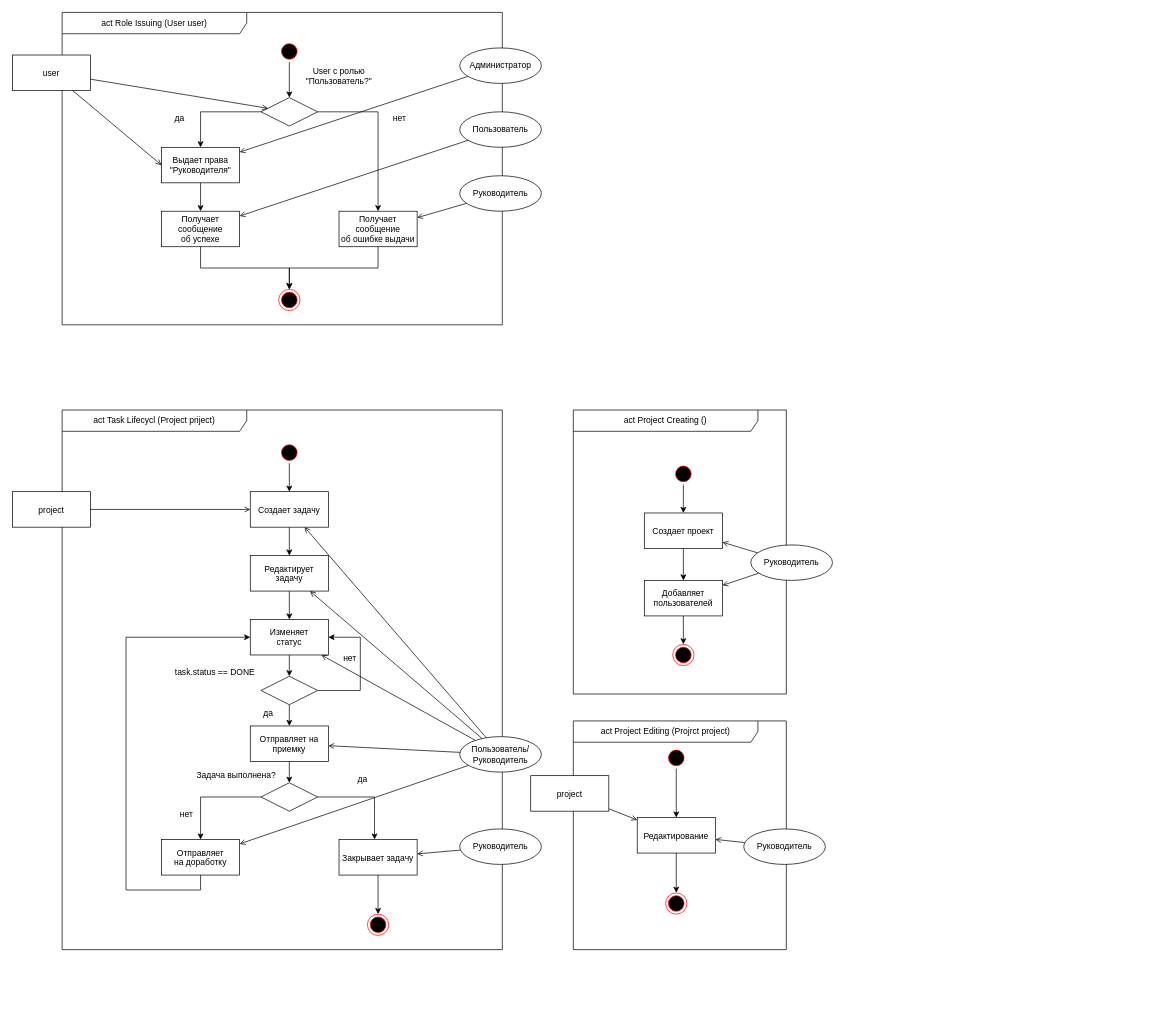
This is docs/diagrams/activity/base.drawio from chenko16/task-managment, a draw.io file, before an edit. Source tidied: cells renumbered, new cells numbered last; positions are measured from the earlier drawing's top-left corner, leaving out a move shared by most shapes. Both pictures are drawn from the tidied source at 71%, with x=0, y=0 at pixel (12, 12).
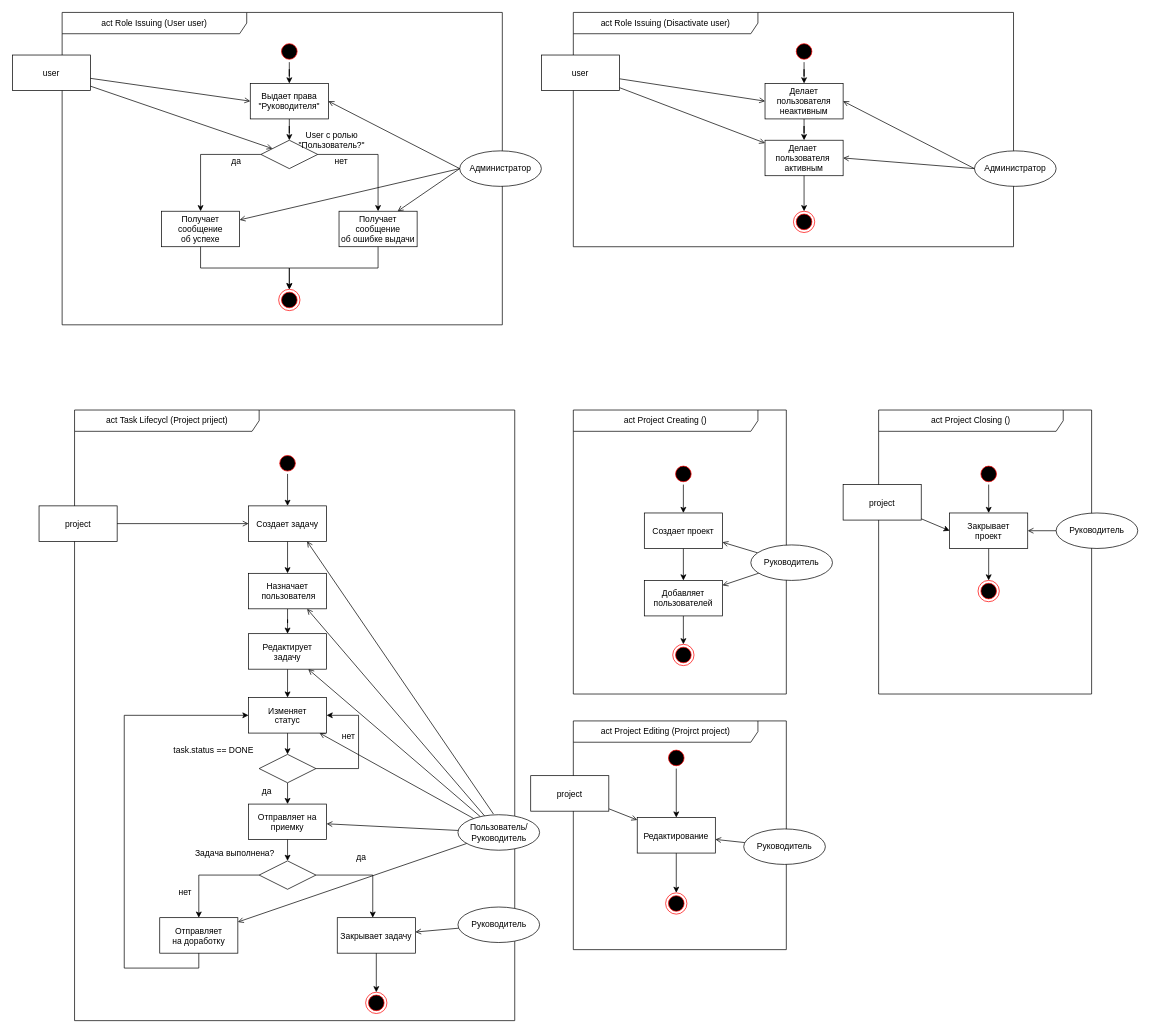
After the change.

Commit message (it also covers changes not shown here):
Исправил Activity Diagram и StateChart Diagram

The change refers to these unchanged cells:
```xml
<mxCell id="5" style="ellipse;shape=startState;fillColor=#000000;strokeColor=#ff0000;" parent="1" vertex="1">
  <mxGeometry x="375" y="40" width="30" height="30" as="geometry" />
</mxCell>
<mxCell id="12" value="Получает&#10;сообщение&#10;об успехе" style="labelBackgroundColor=none;labelBorderColor=none;fontColor=#000000;" parent="1" vertex="1">
  <mxGeometry x="210" y="280" width="110" height="50" as="geometry" />
</mxCell>
<mxCell id="14" value="Получает&#10;сообщение&#10;об ошибке выдачи" parent="1" vertex="1">
  <mxGeometry x="460" y="280" width="110" height="50" as="geometry" />
</mxCell>
```

Diff of the diagram source:
```diff
@@
+    <mxCell id="86" value="act Role Issuing (Disactivate user)" style="shape=umlFrame;whiteSpace=wrap;html=1;width=260;height=30;" parent="1" vertex="1">
+      <mxGeometry x="790" width="620" height="330" as="geometry" />
+    </mxCell>
@@
     <mxCell id="3" value="act Task Lifecycl (Project priject)" style="shape=umlFrame;whiteSpace=wrap;html=1;width=260;height=30;" parent="1" vertex="1">
-      <mxGeometry x="70" y="560" width="620" height="760" as="geometry" />
+      <mxGeometry x="87.5" y="560" width="620" height="860" as="geometry" />
     </mxCell>
@@
-    <mxCell id="6" style="edgeStyle=orthogonalEdgeStyle;rounded=0;jettySize=auto;html=1;entryX=0.5;entryY=0;entryDx=0;entryDy=0;" parent="1" edge="1" source="5" target="11">
+    <mxCell id="6" style="edgeStyle=orthogonalEdgeStyle;rounded=0;jettySize=auto;html=1;entryX=0.5;entryY=0;entryDx=0;entryDy=0;" parent="1" edge="1" source="5" target="8">
       <mxGeometry relative="1" as="geometry" />
     </mxCell>
-    <mxCell id="7" style="edgeStyle=orthogonalEdgeStyle;rounded=0;jettySize=auto;html=1;exitX=0.5;exitY=1;exitDx=0;exitDy=0;startArrow=none;startFill=0;endArrow=classic;endFill=1;" parent="1" edge="1" source="8" target="12">
-      <mxGeometry relative="1" as="geometry" />
-    </mxCell>
+    <mxCell id="87" style="edgeStyle=orthogonalEdgeStyle;rounded=0;jettySize=auto;html=1;" parent="1" edge="1" source="8" target="11">
+      <mxGeometry relative="1" as="geometry" />
+    </mxCell>
     <mxCell id="8" value="Выдает права&#10;&quot;Руководителя&quot;" parent="1" vertex="1">
-      <mxGeometry x="210" y="190" width="110" height="50" as="geometry" />
+      <mxGeometry x="335" y="100" width="110" height="50" as="geometry" />
     </mxCell>
@@
-    <mxCell id="10" style="edgeStyle=orthogonalEdgeStyle;rounded=0;jettySize=auto;html=1;exitX=0;exitY=0.5;exitDx=0;exitDy=0;entryX=0.5;entryY=0;entryDx=0;entryDy=0;startArrow=none;startFill=0;endArrow=classic;endFill=1;" parent="1" edge="1" source="11" target="8">
+    <mxCell id="10" style="edgeStyle=orthogonalEdgeStyle;rounded=0;jettySize=auto;html=1;exitX=0;exitY=0.5;exitDx=0;exitDy=0;entryX=0.5;entryY=0;entryDx=0;entryDy=0;startArrow=none;startFill=0;endArrow=classic;endFill=1;" parent="1" edge="1" source="11" target="12">
       <mxGeometry relative="1" as="geometry" />
     </mxCell>
     <mxCell id="11" style="rhombus;whiteSpace=wrap;html=1;" parent="1" vertex="1">
-      <mxGeometry x="350" y="120" width="80" height="40" as="geometry" />
+      <mxGeometry x="350" y="180" width="80" height="40" as="geometry" />
     </mxCell>
@@
     <mxCell id="19" value="User с ролью &quot;Пользователь?&quot;" style="text;html=1;strokeColor=none;fillColor=none;align=center;verticalAlign=middle;whiteSpace=wrap;rounded=0;" parent="1" vertex="1">
-      <mxGeometry x="440" y="80" width="40" height="20" as="geometry" />
+      <mxGeometry x="430" y="170" width="40" height="20" as="geometry" />
     </mxCell>
@@
     <mxCell id="21" value="нет" style="text;html=1;align=center;verticalAlign=middle;" parent="1" vertex="1">
-      <mxGeometry x="530" y="140" width="30" height="20" as="geometry" />
+      <mxGeometry x="448.4" y="200" width="30" height="20" as="geometry" />
     </mxCell>
     <mxCell id="22" value="да" style="text;html=1;align=center;verticalAlign=middle;" parent="1" vertex="1">
-      <mxGeometry x="220" y="140" width="30" height="20" as="geometry" />
+      <mxGeometry x="300" y="200" width="30" height="20" as="geometry" />
     </mxCell>
-    <mxCell id="23" style="rounded=0;jettySize=auto;html=1;startArrow=none;startFill=0;endArrow=open;endFill=0;" parent="1" edge="1" source="24" target="8">
+    <mxCell id="23" style="rounded=0;jettySize=auto;html=1;startArrow=none;startFill=0;endArrow=open;endFill=0;exitX=0;exitY=0.5;exitDx=0;exitDy=0;entryX=1;entryY=0.5;entryDx=0;entryDy=0;" parent="1" edge="1" source="24" target="8">
       <mxGeometry relative="1" as="geometry" />
     </mxCell>
     <mxCell id="24" value="Администратор" style="ellipse;whiteSpace=wrap;html=1;" parent="1" vertex="1">
-      <mxGeometry x="630" y="50" width="115" height="50" as="geometry" />
+      <mxGeometry x="630" y="195" width="115" height="50" as="geometry" />
     </mxCell>
-    <mxCell id="25" style="edgeStyle=none;rounded=0;jettySize=auto;html=1;startArrow=none;startFill=0;endArrow=open;endFill=0;" parent="1" edge="1" source="26" target="12">
-      <mxGeometry relative="1" as="geometry" />
-    </mxCell>
-    <mxCell id="26" value="Пользователь" style="ellipse;whiteSpace=wrap;html=1;" parent="1" vertex="1">
-      <mxGeometry x="630" y="140" width="115" height="50" as="geometry" />
-    </mxCell>
-    <mxCell id="27" style="edgeStyle=none;rounded=0;jettySize=auto;html=1;startArrow=none;startFill=0;endArrow=open;endFill=0;" parent="1" edge="1" source="28" target="14">
-      <mxGeometry relative="1" as="geometry" />
-    </mxCell>
-    <mxCell id="28" value="Руководитель" style="ellipse;whiteSpace=wrap;html=1;" parent="1" vertex="1">
-      <mxGeometry x="630" y="230" width="115" height="50" as="geometry" />
-    </mxCell>
     <mxCell id="29" style="ellipse;shape=startState;fillColor=#000000;strokeColor=#ff0000;" parent="1" vertex="1">
-      <mxGeometry x="375" y="605" width="30" height="30" as="geometry" />
+      <mxGeometry x="372.5" y="620" width="30" height="30" as="geometry" />
     </mxCell>
-    <mxCell id="30" style="edgeStyle=orthogonalEdgeStyle;rounded=0;jettySize=auto;html=1;exitX=0.5;exitY=1;exitDx=0;exitDy=0;entryX=0.5;entryY=0;entryDx=0;entryDy=0;" parent="1" edge="1" source="31" target="34">
+    <mxCell id="30" style="edgeStyle=orthogonalEdgeStyle;rounded=0;jettySize=auto;html=1;exitX=0.5;exitY=1;exitDx=0;exitDy=0;entryX=0.5;entryY=0;entryDx=0;entryDy=0;" parent="1" edge="1" source="31" target="91">
       <mxGeometry relative="1" as="geometry" />
     </mxCell>
     <mxCell id="31" value="Создает задачу" parent="1" vertex="1">
-      <mxGeometry x="335" y="675" width="110" height="50" as="geometry" />
+      <mxGeometry x="332.5" y="695" width="110" height="50" as="geometry" />
     </mxCell>
@@
     <mxCell id="34" value="Редактирует&#10;задачу" parent="1" vertex="1">
-      <mxGeometry x="335" y="765" width="110" height="50" as="geometry" />
+      <mxGeometry x="332.5" y="875" width="110" height="50" as="geometry" />
     </mxCell>
@@
     <mxCell id="36" value="Изменяет&#10;статус" parent="1" vertex="1">
-      <mxGeometry x="335" y="855" width="110" height="50" as="geometry" />
+      <mxGeometry x="332.5" y="965" width="110" height="50" as="geometry" />
     </mxCell>
@@
     <mxCell id="38" style="edgeStyle=orthogonalEdgeStyle;rounded=0;jettySize=auto;html=1;exitX=1;exitY=0.5;exitDx=0;exitDy=0;entryX=1;entryY=0.5;entryDx=0;entryDy=0;" parent="1" edge="1" source="39" target="36">
       <mxGeometry relative="1" as="geometry">
         <Array as="points">
-          <mxPoint x="490" y="955" />
-          <mxPoint x="490" y="880" />
+          <mxPoint x="487.5" y="1065" />
+          <mxPoint x="487.5" y="990" />
         </Array>
       </mxGeometry>
     </mxCell>
     <mxCell id="39" style="rhombus;whiteSpace=wrap;html=1;" parent="1" vertex="1">
-      <mxGeometry x="350" y="935" width="80" height="40" as="geometry" />
+      <mxGeometry x="347.5" y="1045" width="80" height="40" as="geometry" />
     </mxCell>
     <mxCell id="40" value="Отправляет на&#10;приемку" parent="1" vertex="1">
-      <mxGeometry x="335" y="1005" width="110" height="50" as="geometry" />
+      <mxGeometry x="332.5" y="1115" width="110" height="50" as="geometry" />
     </mxCell>
     <mxCell id="41" value="Закрывает задачу" parent="1" vertex="1">
-      <mxGeometry x="460" y="1165" width="110" height="50" as="geometry" />
+      <mxGeometry x="457.5" y="1275" width="110" height="50" as="geometry" />
     </mxCell>
     <mxCell id="42" style="ellipse;shape=endState;fillColor=#000000;strokeColor=#ff0000;" parent="1" vertex="1">
-      <mxGeometry x="500" y="1270" width="30" height="30" as="geometry" />
+      <mxGeometry x="497.5" y="1380" width="30" height="30" as="geometry" />
     </mxCell>
@@
     <mxCell id="44" style="edgeStyle=orthogonalEdgeStyle;rounded=0;jettySize=auto;html=1;exitX=1;exitY=0.5;exitDx=0;exitDy=0;fontColor=#000000;" parent="1" edge="1" source="45" target="41">
       <mxGeometry relative="1" as="geometry">
         <Array as="points">
-          <mxPoint x="510" y="1105" />
+          <mxPoint x="507.5" y="1215" />
         </Array>
       </mxGeometry>
     </mxCell>
     <mxCell id="45" style="rhombus;whiteSpace=wrap;html=1;" parent="1" vertex="1">
-      <mxGeometry x="350" y="1085" width="80" height="40" as="geometry" />
+      <mxGeometry x="347.5" y="1195" width="80" height="40" as="geometry" />
     </mxCell>
@@
     <mxCell id="47" value="Отправляет&#10;на доработку" parent="1" vertex="1">
-      <mxGeometry x="210" y="1165" width="110" height="50" as="geometry" />
+      <mxGeometry x="207.5" y="1275" width="110" height="50" as="geometry" />
     </mxCell>
     <mxCell id="48" style="edgeStyle=orthogonalEdgeStyle;rounded=0;jettySize=auto;html=1;exitX=0.5;exitY=1;exitDx=0;exitDy=0;entryX=0;entryY=0.5;entryDx=0;entryDy=0;fontColor=#000000;" parent="1" edge="1" source="47" target="36">
       <mxGeometry relative="1" as="geometry">
         <Array as="points">
-          <mxPoint x="265" y="1236" />
-          <mxPoint x="160" y="1236" />
-          <mxPoint x="160" y="880" />
+          <mxPoint x="262.5" y="1346" />
+          <mxPoint x="157.5" y="1346" />
+          <mxPoint x="157.5" y="990" />
         </Array>
       </mxGeometry>
     </mxCell>
@@
     <mxCell id="50" value="project" parent="1" vertex="1">
-      <mxGeometry y="675" width="110" height="50" as="geometry" />
+      <mxGeometry x="37.5" y="695" width="110" height="50" as="geometry" />
     </mxCell>
@@
-    <mxCell id="52" style="edgeStyle=none;rounded=0;jettySize=auto;html=1;startArrow=none;startFill=0;endArrow=open;endFill=0;" parent="1" edge="1" source="57" target="31">
-      <mxGeometry relative="1" as="geometry" />
+    <mxCell id="52" style="edgeStyle=none;rounded=0;jettySize=auto;html=1;startArrow=none;startFill=0;endArrow=open;endFill=0;entryX=0.75;entryY=1;entryDx=0;entryDy=0;" parent="1" edge="1" target="31">
+      <mxGeometry relative="1" as="geometry">
+        <mxPoint x="677.5" y="1129" as="sourcePoint" />
+      </mxGeometry>
     </mxCell>
@@
     <mxCell id="57" value="Пользователь/Руководитель" style="ellipse;whiteSpace=wrap;html=1;" parent="1" vertex="1">
-      <mxGeometry x="630" y="1020" width="115" height="50" as="geometry" />
+      <mxGeometry x="627.5" y="1130" width="115" height="50" as="geometry" />
     </mxCell>
@@
     <mxCell id="59" value="Руководитель" style="ellipse;whiteSpace=wrap;html=1;" parent="1" vertex="1">
-      <mxGeometry x="630" y="1150" width="115" height="50" as="geometry" />
+      <mxGeometry x="627.5" y="1260" width="115" height="50" as="geometry" />
     </mxCell>
@@
     <mxCell id="71" value="task.status == DONE" style="text;html=1;align=center;verticalAlign=middle;" parent="1" vertex="1">
-      <mxGeometry x="220" y="920" width="130" height="20" as="geometry" />
+      <mxGeometry x="217.5" y="1030" width="130" height="20" as="geometry" />
     </mxCell>
     <mxCell id="72" value="да" style="text;html=1;align=center;verticalAlign=middle;" parent="1" vertex="1">
-      <mxGeometry x="345" y="977.9" width="30" height="20" as="geometry" />
+      <mxGeometry x="342.5" y="1087.9" width="30" height="20" as="geometry" />
     </mxCell>
     <mxCell id="73" value="нет" style="text;html=1;align=center;verticalAlign=middle;" parent="1" vertex="1">
-      <mxGeometry x="460" y="900" width="30" height="20" as="geometry" />
+      <mxGeometry x="457.5" y="1010" width="30" height="20" as="geometry" />
     </mxCell>
     <mxCell id="74" value="Задача выполнена?" style="text;html=1;align=center;verticalAlign=middle;" parent="1" vertex="1">
-      <mxGeometry x="250" y="1065" width="130" height="20" as="geometry" />
+      <mxGeometry x="247.5" y="1175" width="130" height="20" as="geometry" />
     </mxCell>
     <mxCell id="75" value="да" style="text;html=1;align=center;verticalAlign=middle;" parent="1" vertex="1">
-      <mxGeometry x="478.4" y="1070" width="30" height="20" as="geometry" />
+      <mxGeometry x="475.9" y="1180" width="30" height="20" as="geometry" />
     </mxCell>
     <mxCell id="76" value="нет" style="text;html=1;align=center;verticalAlign=middle;" parent="1" vertex="1">
-      <mxGeometry x="230" y="1120" width="30" height="20" as="geometry" />
+      <mxGeometry x="227.5" y="1230" width="30" height="20" as="geometry" />
     </mxCell>
@@
+    <mxCell id="88" style="rounded=0;jettySize=auto;html=1;startArrow=none;startFill=0;endArrow=open;endFill=0;exitX=0;exitY=0.5;exitDx=0;exitDy=0;" parent="1" edge="1" source="24" target="12">
+      <mxGeometry relative="1" as="geometry" />
+    </mxCell>
+    <mxCell id="89" style="rounded=0;jettySize=auto;html=1;startArrow=none;startFill=0;endArrow=open;endFill=0;exitX=0;exitY=0.5;exitDx=0;exitDy=0;entryX=0.75;entryY=0;entryDx=0;entryDy=0;" parent="1" edge="1" source="24" target="14">
+      <mxGeometry relative="1" as="geometry" />
+    </mxCell>
+    <mxCell id="90" style="edgeStyle=orthogonalEdgeStyle;rounded=0;jettySize=auto;html=1;" parent="1" edge="1" source="91" target="34">
+      <mxGeometry relative="1" as="geometry" />
+    </mxCell>
+    <mxCell id="91" value="Назначает&#10; пользователя" parent="1" vertex="1">
+      <mxGeometry x="332.5" y="790" width="110" height="50" as="geometry" />
+    </mxCell>
+    <mxCell id="92" style="edgeStyle=none;rounded=0;jettySize=auto;html=1;startArrow=none;startFill=0;endArrow=open;endFill=0;entryX=0.75;entryY=1;entryDx=0;entryDy=0;" parent="1" edge="1" source="57" target="91">
+      <mxGeometry relative="1" as="geometry" />
+    </mxCell>
+    <mxCell id="93" style="ellipse;shape=startState;fillColor=#000000;strokeColor=#ff0000;" parent="1" vertex="1">
+      <mxGeometry x="1100" y="40" width="30" height="30" as="geometry" />
+    </mxCell>
+    <mxCell id="94" style="edgeStyle=orthogonalEdgeStyle;rounded=0;jettySize=auto;html=1;entryX=0.5;entryY=0;entryDx=0;entryDy=0;" parent="1" edge="1" source="93" target="96">
+      <mxGeometry relative="1" as="geometry" />
+    </mxCell>
+    <mxCell id="95" style="edgeStyle=orthogonalEdgeStyle;rounded=0;jettySize=auto;html=1;" parent="1" edge="1" source="96" target="98">
+      <mxGeometry relative="1" as="geometry" />
+    </mxCell>
+    <mxCell id="96" value="Делает &#10;пользователя &#10;неактивным" parent="1" vertex="1">
+      <mxGeometry x="1060" y="100" width="110" height="50" as="geometry" />
+    </mxCell>
+    <mxCell id="97" style="ellipse;shape=endState;fillColor=#000000;strokeColor=#ff0000;" parent="1" vertex="1">
+      <mxGeometry x="1100" y="280" width="30" height="30" as="geometry" />
+    </mxCell>
+    <mxCell id="98" value="Делает &#10;пользователя &#10;активным" style="labelBackgroundColor=none;labelBorderColor=none;fontColor=#000000;" parent="1" vertex="1">
+      <mxGeometry x="1060" y="180" width="110" height="50" as="geometry" />
+    </mxCell>
+    <mxCell id="99" style="edgeStyle=orthogonalEdgeStyle;rounded=0;jettySize=auto;html=1;exitX=0.5;exitY=1;exitDx=0;exitDy=0;" parent="1" edge="1" source="98" target="97">
+      <mxGeometry relative="1" as="geometry" />
+    </mxCell>
+    <mxCell id="100" style="rounded=0;jettySize=auto;html=1;exitX=0;exitY=0.5;exitDx=0;exitDy=0;endArrow=none;endFill=0;startArrow=open;startFill=0;" parent="1" edge="1" source="96" target="105">
+      <mxGeometry relative="1" as="geometry" />
+    </mxCell>
+    <mxCell id="101" style="rounded=0;jettySize=auto;html=1;endArrow=none;endFill=0;startArrow=open;startFill=0;" parent="1" edge="1" source="98" target="105">
+      <mxGeometry relative="1" as="geometry" />
+    </mxCell>
+    <mxCell id="102" style="rounded=0;jettySize=auto;html=1;startArrow=none;startFill=0;endArrow=open;endFill=0;exitX=0;exitY=0.5;exitDx=0;exitDy=0;entryX=1;entryY=0.5;entryDx=0;entryDy=0;" parent="1" edge="1" source="103" target="96">
+      <mxGeometry relative="1" as="geometry" />
+    </mxCell>
+    <mxCell id="103" value="Администратор" style="ellipse;whiteSpace=wrap;html=1;" parent="1" vertex="1">
+      <mxGeometry x="1355" y="195" width="115" height="50" as="geometry" />
+    </mxCell>
+    <mxCell id="104" style="rounded=0;jettySize=auto;html=1;startArrow=none;startFill=0;endArrow=open;endFill=0;exitX=0;exitY=0.5;exitDx=0;exitDy=0;entryX=1;entryY=0.5;entryDx=0;entryDy=0;" parent="1" edge="1" source="103" target="98">
+      <mxGeometry relative="1" as="geometry" />
+    </mxCell>
+    <mxCell id="105" value="user" parent="1" vertex="1">
+      <mxGeometry x="745" y="60" width="110" height="50" as="geometry" />
+    </mxCell>
+    <mxCell id="106" value="act Project Closing ()" style="shape=umlFrame;whiteSpace=wrap;html=1;width=260;height=30;" parent="1" vertex="1">
+      <mxGeometry x="1220" y="560" width="300" height="400" as="geometry" />
+    </mxCell>
+    <mxCell id="107" style="edgeStyle=orthogonalEdgeStyle;rounded=0;jettySize=auto;html=1;exitX=0.5;exitY=1;exitDx=0;exitDy=0;entryX=0.5;entryY=0;entryDx=0;entryDy=0;" parent="1" edge="1" source="108" target="110">
+      <mxGeometry relative="1" as="geometry" />
+    </mxCell>
+    <mxCell id="108" style="ellipse;shape=startState;fillColor=#000000;strokeColor=#ff0000;" parent="1" vertex="1">
+      <mxGeometry x="1360" y="635" width="30" height="30" as="geometry" />
+    </mxCell>
+    <mxCell id="109" style="edgeStyle=orthogonalEdgeStyle;rounded=0;jettySize=auto;html=1;" parent="1" edge="1" source="110" target="111">
+      <mxGeometry relative="1" as="geometry" />
+    </mxCell>
+    <mxCell id="110" value="Закрывает &#10;проект" parent="1" vertex="1">
+      <mxGeometry x="1320" y="705" width="110" height="50" as="geometry" />
+    </mxCell>
+    <mxCell id="111" style="ellipse;shape=endState;fillColor=#000000;strokeColor=#ff0000;" parent="1" vertex="1">
+      <mxGeometry x="1360" y="800" width="30" height="30" as="geometry" />
+    </mxCell>
+    <mxCell id="112" style="edgeStyle=none;rounded=0;jettySize=auto;html=1;startArrow=none;startFill=0;endArrow=open;endFill=0;" parent="1" edge="1" source="28" target="110">
+      <mxGeometry relative="1" as="geometry" />
+    </mxCell>
+    <mxCell id="28" value="Руководитель" style="ellipse;whiteSpace=wrap;html=1;" parent="1" vertex="1">
+      <mxGeometry x="1470" y="705" width="115" height="50" as="geometry" />
+    </mxCell>
+    <mxCell id="113" style="rounded=0;jettySize=auto;html=1;entryX=0;entryY=0.5;entryDx=0;entryDy=0;" parent="1" edge="1" source="114" target="110">
+      <mxGeometry relative="1" as="geometry" />
+    </mxCell>
+    <mxCell id="114" value="project" parent="1" vertex="1">
+      <mxGeometry x="1170" y="665" width="110" height="50" as="geometry" />
+    </mxCell>
```
